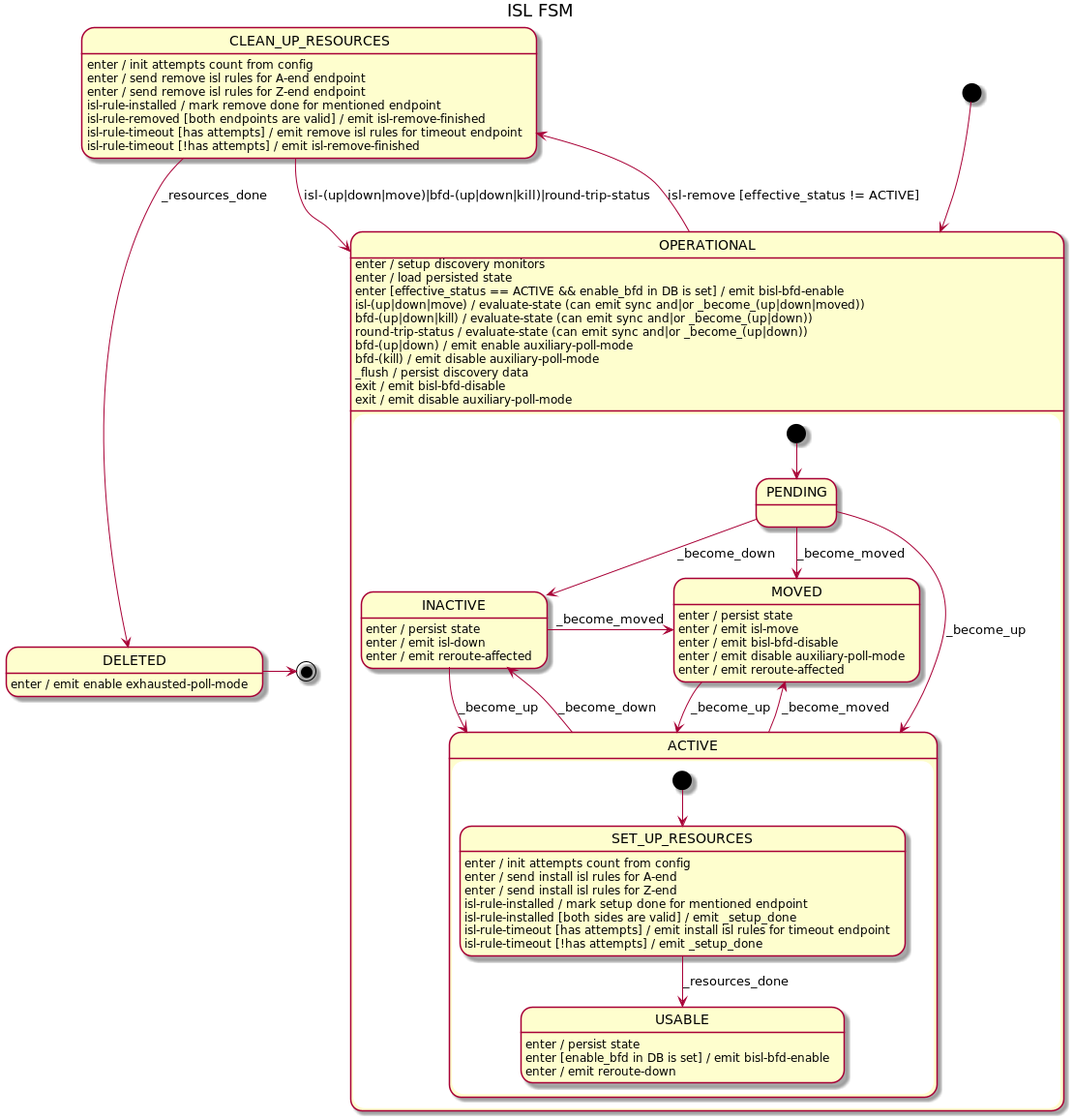
The PlantUML diagram docs/design/network-discovery/ISL-FSM.png in telstra/open-kilda, before a commit.
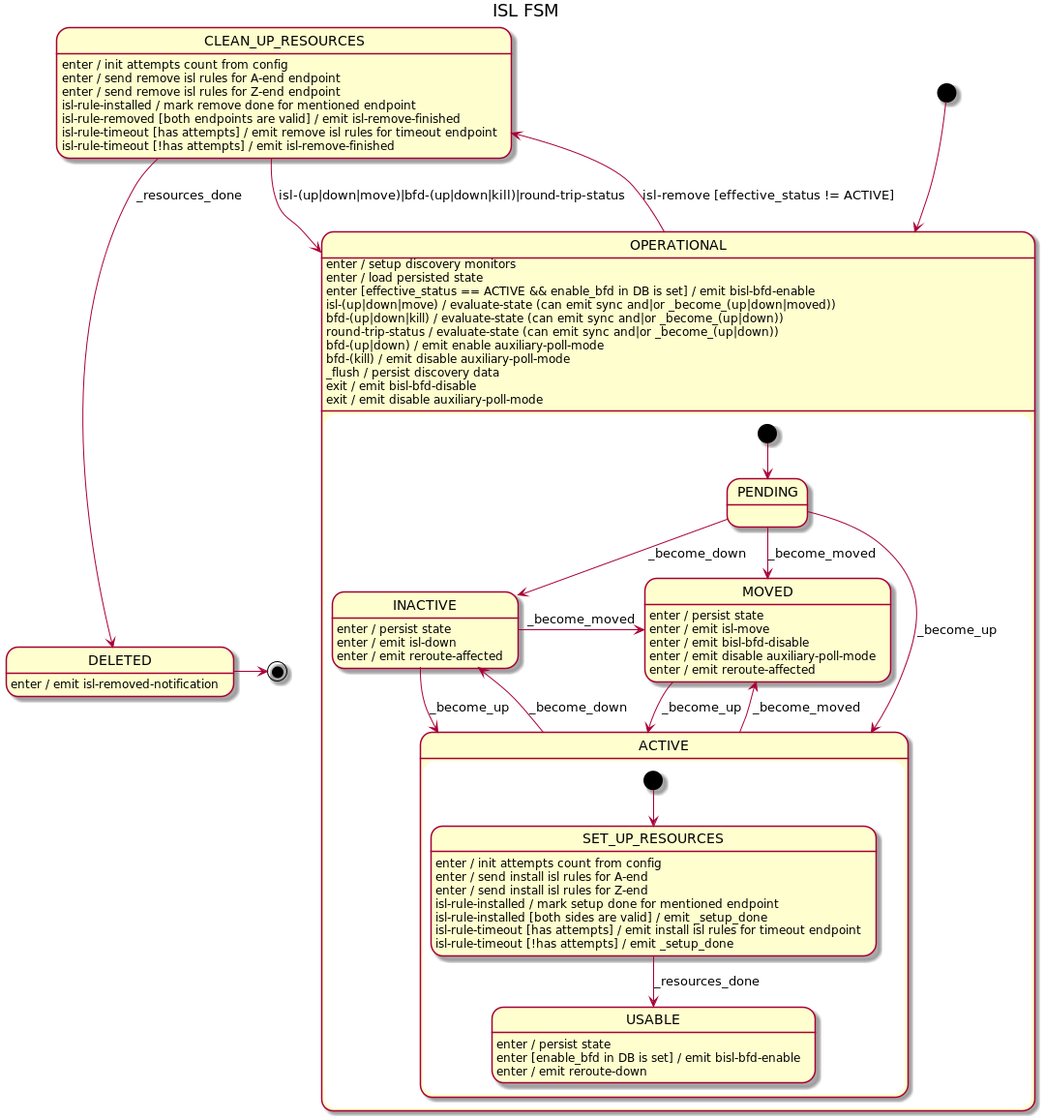
After the change.

What changed in the source:
```diff
@@ -66,5 +66,5 @@
 CLEAN_UP_RESOURCES --> OPERATIONAL : isl-(up|down|move)|bfd-(up|down|kill)|round-trip-status
 
 DELETED -> [*]
-DELETED : enter / emit enable exhausted-poll-mode
+DELETED : enter / emit isl-removed-notification
 @enduml
```
